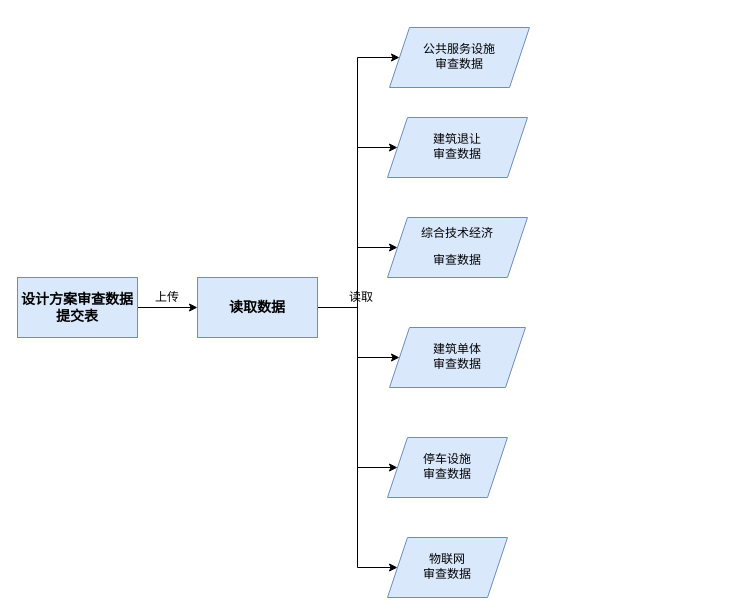
The draw.io diagram excel读取.drawio in CAIJINHUI/CAIJINHUI.github.io, before the edit. Source tidied: cells renumbered, new cells numbered last; positions are measured from the earlier drawing's top-left corner, leaving out a move shared by most shapes. Both pictures are drawn from the tidied source at 100%, with x=0, y=0 at pixel (17, 27).
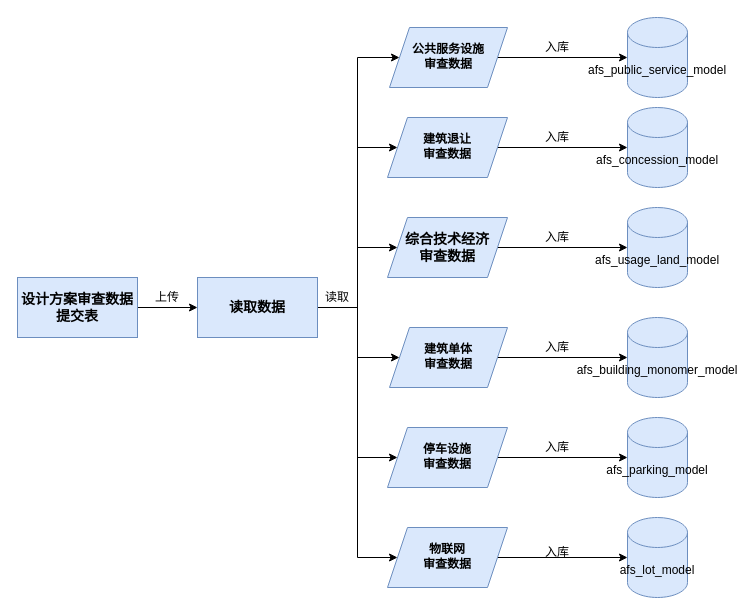
The same page after the edit.

Unchanged cells that the change refers to:
```xml
<mxCell id="10" value="&lt;h3&gt;读取数据&lt;/h3&gt;" style="rounded=0;whiteSpace=wrap;html=1;fillColor=#dae8fc;strokeColor=#6c8ebf;" parent="1" vertex="1">
  <mxGeometry x="180" y="250" width="120" height="60" as="geometry" />
</mxCell>
```

Change to the diagram source:
```diff
@@
     <mxCell id="8" style="edgeStyle=orthogonalEdgeStyle;rounded=0;jettySize=auto;html=1;exitX=1;exitY=0.5;exitDx=0;exitDy=0;entryX=0;entryY=0.5;entryDx=0;entryDy=0;" parent="1" edge="1" source="10" target="16">
       <mxGeometry relative="1" as="geometry">
         <Array as="points">
           <mxPoint x="340" y="280" />
-          <mxPoint x="340" y="440" />
+          <mxPoint x="340" y="430" />
         </Array>
       </mxGeometry>
     </mxCell>
     <mxCell id="9" style="edgeStyle=orthogonalEdgeStyle;rounded=0;jettySize=auto;html=1;exitX=1;exitY=0.5;exitDx=0;exitDy=0;entryX=0;entryY=0.5;entryDx=0;entryDy=0;" parent="1" edge="1" source="10" target="15">
       <mxGeometry relative="1" as="geometry">
         <Array as="points">
           <mxPoint x="340" y="280" />
-          <mxPoint x="340" y="540" />
+          <mxPoint x="340" y="530" />
         </Array>
       </mxGeometry>
     </mxCell>
@@
+    <mxCell id="19" style="edgeStyle=orthogonalEdgeStyle;rounded=0;jettySize=auto;html=1;exitX=1;exitY=0.5;exitDx=0;exitDy=0;entryX=0;entryY=0.5;entryDx=0;entryDy=0;entryPerimeter=0;" parent="1" edge="1" source="12" target="27">
+      <mxGeometry relative="1" as="geometry" />
+    </mxCell>
-    <mxCell id="12" value="&lt;pre&gt;建筑单体&lt;br&gt;审查数据&lt;/pre&gt;" style="shape=parallelogram;perimeter=parallelogramPerimeter;whiteSpace=wrap;html=1;fixedSize=1;fillColor=#dae8fc;strokeColor=#6c8ebf;" parent="1" vertex="1">
-      <mxGeometry x="372" y="300" width="136" height="60" as="geometry" />
+    <mxCell id="12" value="&lt;pre&gt;&lt;b&gt;建筑单体&lt;br&gt;审查数据&lt;/b&gt;&lt;/pre&gt;" style="shape=parallelogram;perimeter=parallelogramPerimeter;whiteSpace=wrap;html=1;fixedSize=1;fillColor=#dae8fc;strokeColor=#6c8ebf;" parent="1" vertex="1">
+      <mxGeometry x="372" y="300" width="118" height="60" as="geometry" />
     </mxCell>
     <mxCell id="13" value="读取" style="text;html=1;strokeColor=none;fillColor=none;align=center;verticalAlign=middle;whiteSpace=wrap;rounded=0;" parent="1" vertex="1">
-      <mxGeometry x="324" y="260" width="40" height="20" as="geometry" />
+      <mxGeometry x="300" y="260" width="40" height="20" as="geometry" />
     </mxCell>
+    <mxCell id="20" style="edgeStyle=orthogonalEdgeStyle;rounded=0;jettySize=auto;html=1;exitX=1;exitY=0.5;exitDx=0;exitDy=0;entryX=0;entryY=0.5;entryDx=0;entryDy=0;entryPerimeter=0;" parent="1" edge="1" source="14" target="30">
+      <mxGeometry relative="1" as="geometry" />
+    </mxCell>
-    <mxCell id="14" value="&lt;pre&gt;公共服务设施&lt;br&gt;审查数据&lt;/pre&gt;" style="shape=parallelogram;perimeter=parallelogramPerimeter;whiteSpace=wrap;html=1;fixedSize=1;fillColor=#dae8fc;strokeColor=#6c8ebf;" parent="1" vertex="1">
-      <mxGeometry x="372" width="140" height="60" as="geometry" />
+    <mxCell id="14" value="&lt;pre&gt;&lt;b&gt;公共服务设施&lt;br&gt;审查数据&lt;/b&gt;&lt;/pre&gt;" style="shape=parallelogram;perimeter=parallelogramPerimeter;whiteSpace=wrap;html=1;fixedSize=1;fillColor=#dae8fc;strokeColor=#6c8ebf;" parent="1" vertex="1">
+      <mxGeometry x="372" width="118" height="60" as="geometry" />
     </mxCell>
+    <mxCell id="21" style="edgeStyle=orthogonalEdgeStyle;rounded=0;jettySize=auto;html=1;exitX=1;exitY=0.5;exitDx=0;exitDy=0;entryX=0;entryY=0.5;entryDx=0;entryDy=0;entryPerimeter=0;" parent="1" edge="1" source="15" target="25">
+      <mxGeometry relative="1" as="geometry" />
+    </mxCell>
-    <mxCell id="15" value="&lt;pre&gt;物联网&lt;br&gt;审查数据&lt;/pre&gt;" style="shape=parallelogram;perimeter=parallelogramPerimeter;whiteSpace=wrap;html=1;fixedSize=1;fillColor=#dae8fc;strokeColor=#6c8ebf;" parent="1" vertex="1">
-      <mxGeometry x="370" y="510" width="120" height="60" as="geometry" />
+    <mxCell id="15" value="&lt;pre&gt;&lt;b&gt;物联网&lt;br&gt;审查数据&lt;/b&gt;&lt;/pre&gt;" style="shape=parallelogram;perimeter=parallelogramPerimeter;whiteSpace=wrap;html=1;fixedSize=1;fillColor=#dae8fc;strokeColor=#6c8ebf;" parent="1" vertex="1">
+      <mxGeometry x="370" y="500" width="120" height="60" as="geometry" />
     </mxCell>
+    <mxCell id="22" style="edgeStyle=orthogonalEdgeStyle;rounded=0;jettySize=auto;html=1;exitX=1;exitY=0.5;exitDx=0;exitDy=0;entryX=0;entryY=0.5;entryDx=0;entryDy=0;entryPerimeter=0;" parent="1" edge="1" source="16" target="26">
+      <mxGeometry relative="1" as="geometry" />
+    </mxCell>
-    <mxCell id="16" value="&lt;pre&gt;停车设施&lt;br&gt;审查数据&lt;/pre&gt;" style="shape=parallelogram;perimeter=parallelogramPerimeter;whiteSpace=wrap;html=1;fixedSize=1;fillColor=#dae8fc;strokeColor=#6c8ebf;" parent="1" vertex="1">
-      <mxGeometry x="370" y="410" width="120" height="60" as="geometry" />
+    <mxCell id="16" value="&lt;pre&gt;&lt;b&gt;停车设施&lt;br&gt;审查数据&lt;/b&gt;&lt;/pre&gt;" style="shape=parallelogram;perimeter=parallelogramPerimeter;whiteSpace=wrap;html=1;fixedSize=1;fillColor=#dae8fc;strokeColor=#6c8ebf;" parent="1" vertex="1">
+      <mxGeometry x="370" y="400" width="120" height="60" as="geometry" />
     </mxCell>
+    <mxCell id="23" style="edgeStyle=orthogonalEdgeStyle;rounded=0;jettySize=auto;html=1;exitX=1;exitY=0.5;exitDx=0;exitDy=0;" parent="1" edge="1" source="17" target="29">
+      <mxGeometry relative="1" as="geometry" />
+    </mxCell>
-    <mxCell id="17" value="&lt;pre&gt;建筑退让&lt;br&gt;审查数据&lt;/pre&gt;" style="shape=parallelogram;perimeter=parallelogramPerimeter;whiteSpace=wrap;html=1;fixedSize=1;fillColor=#dae8fc;strokeColor=#6c8ebf;" parent="1" vertex="1">
-      <mxGeometry x="370" y="90" width="140" height="60" as="geometry" />
+    <mxCell id="17" value="&lt;pre&gt;&lt;b&gt;建筑退让&lt;br&gt;审查数据&lt;/b&gt;&lt;/pre&gt;" style="shape=parallelogram;perimeter=parallelogramPerimeter;whiteSpace=wrap;html=1;fixedSize=1;fillColor=#dae8fc;strokeColor=#6c8ebf;" parent="1" vertex="1">
+      <mxGeometry x="370" y="90" width="120" height="60" as="geometry" />
     </mxCell>
+    <mxCell id="24" style="edgeStyle=orthogonalEdgeStyle;rounded=0;jettySize=auto;html=1;exitX=1;exitY=0.5;exitDx=0;exitDy=0;" parent="1" edge="1" source="18" target="28">
+      <mxGeometry relative="1" as="geometry" />
+    </mxCell>
-    <mxCell id="18" value="&lt;pre&gt;综合技术经济&lt;/pre&gt;&lt;pre&gt;审查数据&lt;/pre&gt;" style="shape=parallelogram;perimeter=parallelogramPerimeter;whiteSpace=wrap;html=1;fixedSize=1;fillColor=#dae8fc;strokeColor=#6c8ebf;" parent="1" vertex="1">
-      <mxGeometry x="370" y="190" width="140" height="60" as="geometry" />
+    <mxCell id="18" value="&lt;h3&gt;综合技术经济&lt;br&gt;审查数据&lt;/h3&gt;" style="shape=parallelogram;perimeter=parallelogramPerimeter;whiteSpace=wrap;html=1;fixedSize=1;fillColor=#dae8fc;strokeColor=#6c8ebf;" parent="1" vertex="1">
+      <mxGeometry x="370" y="190" width="120" height="60" as="geometry" />
     </mxCell>
+    <mxCell id="25" value="afs_lot_model" style="shape=cylinder3;whiteSpace=wrap;html=1;boundedLbl=1;backgroundOutline=1;size=15;fillColor=#dae8fc;strokeColor=#6c8ebf;" parent="1" vertex="1">
+      <mxGeometry x="610" y="490" width="60" height="80" as="geometry" />
+    </mxCell>
+    <mxCell id="26" value="afs_parking_model" style="shape=cylinder3;whiteSpace=wrap;html=1;boundedLbl=1;backgroundOutline=1;size=15;fillColor=#dae8fc;strokeColor=#6c8ebf;" parent="1" vertex="1">
+      <mxGeometry x="610" y="390" width="60" height="80" as="geometry" />
+    </mxCell>
+    <mxCell id="27" value="afs_building_monomer_model" style="shape=cylinder3;whiteSpace=wrap;html=1;boundedLbl=1;backgroundOutline=1;size=15;fillColor=#dae8fc;strokeColor=#6c8ebf;" parent="1" vertex="1">
+      <mxGeometry x="610" y="290" width="60" height="80" as="geometry" />
+    </mxCell>
+    <mxCell id="28" value="afs_usage_land_model" style="shape=cylinder3;whiteSpace=wrap;html=1;boundedLbl=1;backgroundOutline=1;size=15;fillColor=#dae8fc;strokeColor=#6c8ebf;" parent="1" vertex="1">
+      <mxGeometry x="610" y="180" width="60" height="80" as="geometry" />
+    </mxCell>
+    <mxCell id="29" value="afs_concession_model" style="shape=cylinder3;whiteSpace=wrap;html=1;boundedLbl=1;backgroundOutline=1;size=15;fillColor=#dae8fc;strokeColor=#6c8ebf;" parent="1" vertex="1">
+      <mxGeometry x="610" y="80" width="60" height="80" as="geometry" />
+    </mxCell>
+    <mxCell id="30" value="afs_public_service_model" style="shape=cylinder3;whiteSpace=wrap;html=1;boundedLbl=1;backgroundOutline=1;size=15;fillColor=#dae8fc;strokeColor=#6c8ebf;" parent="1" vertex="1">
+      <mxGeometry x="610" y="-10" width="60" height="80" as="geometry" />
+    </mxCell>
+    <mxCell id="31" value="入库" style="text;html=1;strokeColor=none;fillColor=none;align=center;verticalAlign=middle;whiteSpace=wrap;rounded=0;" parent="1" vertex="1">
+      <mxGeometry x="520" y="10" width="40" height="20" as="geometry" />
+    </mxCell>
+    <mxCell id="32" value="入库" style="text;html=1;strokeColor=none;fillColor=none;align=center;verticalAlign=middle;whiteSpace=wrap;rounded=0;" parent="1" vertex="1">
+      <mxGeometry x="520" y="100" width="40" height="20" as="geometry" />
+    </mxCell>
+    <mxCell id="33" value="入库" style="text;html=1;strokeColor=none;fillColor=none;align=center;verticalAlign=middle;whiteSpace=wrap;rounded=0;" parent="1" vertex="1">
+      <mxGeometry x="520" y="200" width="40" height="20" as="geometry" />
+    </mxCell>
+    <mxCell id="34" value="入库" style="text;html=1;strokeColor=none;fillColor=none;align=center;verticalAlign=middle;whiteSpace=wrap;rounded=0;" parent="1" vertex="1">
+      <mxGeometry x="520" y="310" width="40" height="20" as="geometry" />
+    </mxCell>
+    <mxCell id="35" value="入库" style="text;html=1;strokeColor=none;fillColor=none;align=center;verticalAlign=middle;whiteSpace=wrap;rounded=0;" parent="1" vertex="1">
+      <mxGeometry x="520" y="410" width="40" height="20" as="geometry" />
+    </mxCell>
+    <mxCell id="36" value="入库" style="text;html=1;strokeColor=none;fillColor=none;align=center;verticalAlign=middle;whiteSpace=wrap;rounded=0;" parent="1" vertex="1">
+      <mxGeometry x="520" y="514.5" width="40" height="20" as="geometry" />
+    </mxCell>
```
